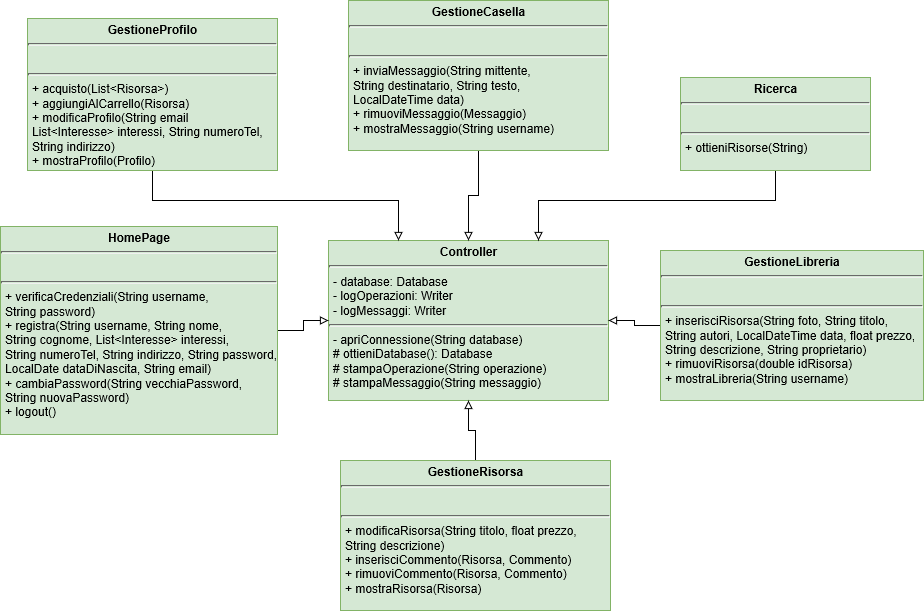
The draw.io diagram Reingegnerizzazione/dettaglioServer.png in SundavarBlaka/Alexandria, before a commit. Source tidied: cells renumbered, new cells last; positions are measured from the earlier drawing's top-left corner, leaving out a move shared by most shapes.
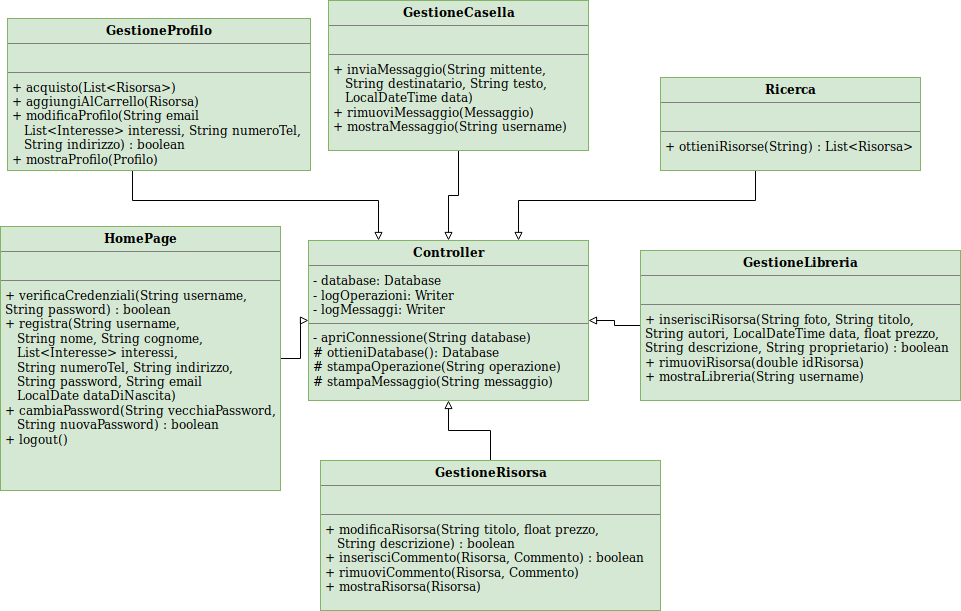
Later version of the same file.

Change to the diagram source:
```diff
@@ -13,14 +13,14 @@
         </Array>
       </mxGeometry>
     </mxCell>
-    <mxCell id="4" value="&lt;p style=&quot;margin: 0px ; margin-top: 4px ; text-align: center&quot;&gt;&lt;b&gt;Ricerca&lt;/b&gt;&lt;/p&gt;&lt;hr size=&quot;1&quot;&gt;&lt;p style=&quot;margin: 0px ; margin-left: 4px&quot;&gt;&lt;br&gt;&lt;/p&gt;&lt;hr size=&quot;1&quot;&gt;&lt;p style=&quot;margin: 0px ; margin-left: 4px&quot;&gt;+ ottieniRisorse(String)&lt;/p&gt;" style="verticalAlign=top;align=left;overflow=fill;fontSize=12;fontFamily=Helvetica;html=1;fillColor=#d5e8d4;strokeColor=#82b366;" parent="1" vertex="1">
-      <mxGeometry x="680" y="77" width="190" height="93" as="geometry" />
+    <mxCell id="4" value="&lt;p style=&quot;margin: 0px ; margin-top: 4px ; text-align: center&quot;&gt;&lt;b&gt;Ricerca&lt;/b&gt;&lt;/p&gt;&lt;hr size=&quot;1&quot;&gt;&lt;p style=&quot;margin: 0px ; margin-left: 4px&quot;&gt;&lt;br&gt;&lt;/p&gt;&lt;hr size=&quot;1&quot;&gt;&lt;p style=&quot;margin: 0px ; margin-left: 4px&quot;&gt;+ ottieniRisorse(String) : List&amp;lt;Risorsa&amp;gt;&lt;br&gt;&lt;/p&gt;" style="verticalAlign=top;align=left;overflow=fill;fontSize=12;fontFamily=Helvetica;html=1;fillColor=#d5e8d4;strokeColor=#82b366;" parent="1" vertex="1">
+      <mxGeometry x="680" y="77" width="260" height="93" as="geometry" />
     </mxCell>
     <mxCell id="5" style="edgeStyle=orthogonalEdgeStyle;rounded=0;jettySize=auto;html=1;endArrow=block;endFill=0;" parent="1" edge="1" source="6" target="2">
       <mxGeometry relative="1" as="geometry" />
     </mxCell>
-    <mxCell id="6" value="&lt;p style=&quot;margin: 0px ; margin-top: 4px ; text-align: center&quot;&gt;&lt;b&gt;HomePage&lt;/b&gt;&lt;/p&gt;&lt;hr size=&quot;1&quot;&gt;&lt;p style=&quot;margin: 0px ; margin-left: 4px&quot;&gt;&lt;br&gt;&lt;/p&gt;&lt;hr size=&quot;1&quot;&gt;&lt;p style=&quot;margin: 0px ; margin-left: 4px&quot;&gt;+ verificaCredenziali(String username,&lt;/p&gt;&lt;p style=&quot;margin: 0px ; margin-left: 4px&quot;&gt;String password)&lt;/p&gt;&lt;p style=&quot;margin: 0px ; margin-left: 4px&quot;&gt;&lt;span&gt;+ registra(String username, String nome,&amp;nbsp;&lt;/span&gt;&lt;/p&gt;&lt;p style=&quot;margin: 0px ; margin-left: 4px&quot;&gt;&lt;span&gt;String cognome, List&amp;lt;Interesse&amp;gt; interessi,&lt;/span&gt;&lt;/p&gt;&lt;p style=&quot;margin: 0px ; margin-left: 4px&quot;&gt;&lt;span&gt;String numeroTel, String indirizzo, String password,&lt;/span&gt;&lt;/p&gt;&lt;p style=&quot;margin: 0px ; margin-left: 4px&quot;&gt;&lt;span&gt;LocalDate dataDiNascita, String email)&lt;/span&gt;&lt;/p&gt;&lt;p style=&quot;margin: 0px ; margin-left: 4px&quot;&gt;+ cambiaPassword(String vecchiaPassword,&lt;/p&gt;&lt;p style=&quot;margin: 0px ; margin-left: 4px&quot;&gt;String nuovaPassword)&lt;/p&gt;&lt;p style=&quot;margin: 0px ; margin-left: 4px&quot;&gt;+ logout()&lt;/p&gt;" style="verticalAlign=top;align=left;overflow=fill;fontSize=12;fontFamily=Helvetica;html=1;fillColor=#d5e8d4;strokeColor=#82b366;" parent="1" vertex="1">
-      <mxGeometry y="226" width="277" height="208" as="geometry" />
+    <mxCell id="6" value="&lt;p style=&quot;margin: 0px ; margin-top: 4px ; text-align: center&quot;&gt;&lt;b&gt;HomePage&lt;/b&gt;&lt;/p&gt;&lt;hr size=&quot;1&quot;&gt;&lt;p style=&quot;margin: 0px ; margin-left: 4px&quot;&gt;&lt;br&gt;&lt;/p&gt;&lt;hr size=&quot;1&quot;&gt;&lt;p style=&quot;margin: 0px ; margin-left: 4px&quot;&gt;+ verificaCredenziali(String username,&lt;/p&gt;&lt;p style=&quot;margin: 0px ; margin-left: 4px&quot;&gt;String password) : boolean&lt;br&gt;&lt;/p&gt;&lt;p style=&quot;margin: 0px ; margin-left: 4px&quot;&gt;&lt;span&gt;+ registra(String username, &lt;br&gt;&lt;/span&gt;&lt;/p&gt;&lt;p style=&quot;margin: 0px ; margin-left: 4px&quot;&gt;&lt;span&gt;&amp;nbsp;&amp;nbsp; String nome, String cognome, &lt;br&gt;&lt;/span&gt;&lt;/p&gt;&lt;p style=&quot;margin: 0px ; margin-left: 4px&quot;&gt;&lt;span&gt;&amp;nbsp;&amp;nbsp; List&amp;lt;Interesse&amp;gt; interessi,&lt;/span&gt;&lt;/p&gt;&lt;p style=&quot;margin: 0px ; margin-left: 4px&quot;&gt;&lt;span&gt;&amp;nbsp;&amp;nbsp; String numeroTel, String indirizzo, &lt;br&gt;&lt;/span&gt;&lt;/p&gt;&lt;p style=&quot;margin: 0px ; margin-left: 4px&quot;&gt;&lt;span&gt;&amp;nbsp;&amp;nbsp; String password, String email&lt;br&gt;&lt;/span&gt;&lt;/p&gt;&lt;p style=&quot;margin: 0px ; margin-left: 4px&quot;&gt;&lt;span&gt;&amp;nbsp;&amp;nbsp; LocalDate dataDiNascita)&lt;/span&gt;&lt;/p&gt;&lt;p style=&quot;margin: 0px ; margin-left: 4px&quot;&gt;+ cambiaPassword(String vecchiaPassword,&lt;/p&gt;&lt;p style=&quot;margin: 0px ; margin-left: 4px&quot;&gt;&amp;nbsp;&amp;nbsp; String nuovaPassword) : boolean&lt;br&gt;&lt;/p&gt;&lt;p style=&quot;margin: 0px ; margin-left: 4px&quot;&gt;+ logout()&lt;/p&gt;" style="verticalAlign=top;align=left;overflow=fill;fontSize=12;fontFamily=Helvetica;html=1;fillColor=#d5e8d4;strokeColor=#82b366;" parent="1" vertex="1">
+      <mxGeometry x="20" y="226" width="280" height="264" as="geometry" />
     </mxCell>
     <mxCell id="7" style="edgeStyle=orthogonalEdgeStyle;rounded=0;jettySize=auto;html=1;entryX=0.25;entryY=0;entryDx=0;entryDy=0;endArrow=block;endFill=0;" parent="1" edge="1" source="8" target="2">
       <mxGeometry relative="1" as="geometry">
@@ -30,26 +30,26 @@
         </Array>
       </mxGeometry>
     </mxCell>
-    <mxCell id="8" value="&lt;p style=&quot;margin: 0px ; margin-top: 4px ; text-align: center&quot;&gt;&lt;b&gt;GestioneProfilo&lt;/b&gt;&lt;/p&gt;&lt;hr size=&quot;1&quot;&gt;&lt;p style=&quot;margin: 0px ; margin-left: 4px&quot;&gt;&lt;br&gt;&lt;/p&gt;&lt;hr size=&quot;1&quot;&gt;&lt;p style=&quot;margin: 0px ; margin-left: 4px&quot;&gt;+ acquisto(List&amp;lt;Risorsa&amp;gt;)&lt;/p&gt;&lt;p style=&quot;margin: 0px ; margin-left: 4px&quot;&gt;+ aggiungiAlCarrello(Risorsa)&lt;/p&gt;&lt;p style=&quot;margin: 0px ; margin-left: 4px&quot;&gt;+ modificaProfilo(String email&amp;nbsp;&lt;/p&gt;&lt;p style=&quot;margin: 0px ; margin-left: 4px&quot;&gt;List&amp;lt;Interesse&amp;gt; interessi, String numeroTel,&lt;/p&gt;&lt;p style=&quot;margin: 0px ; margin-left: 4px&quot;&gt;String indirizzo)&lt;/p&gt;&lt;p style=&quot;margin: 0px ; margin-left: 4px&quot;&gt;+ mostraProfilo(Profilo)&lt;/p&gt;" style="verticalAlign=top;align=left;overflow=fill;fontSize=12;fontFamily=Helvetica;html=1;fillColor=#d5e8d4;strokeColor=#82b366;" parent="1" vertex="1">
-      <mxGeometry x="27" y="18" width="250" height="152" as="geometry" />
+    <mxCell id="8" value="&lt;p style=&quot;margin: 0px ; margin-top: 4px ; text-align: center&quot;&gt;&lt;b&gt;GestioneProfilo&lt;/b&gt;&lt;/p&gt;&lt;hr size=&quot;1&quot;&gt;&lt;p style=&quot;margin: 0px ; margin-left: 4px&quot;&gt;&lt;br&gt;&lt;/p&gt;&lt;hr size=&quot;1&quot;&gt;&lt;p style=&quot;margin: 0px ; margin-left: 4px&quot;&gt;+ acquisto(List&amp;lt;Risorsa&amp;gt;)&lt;/p&gt;&lt;p style=&quot;margin: 0px ; margin-left: 4px&quot;&gt;+ aggiungiAlCarrello(Risorsa)&lt;/p&gt;&lt;p style=&quot;margin: 0px ; margin-left: 4px&quot;&gt;+ modificaProfilo(String email&amp;nbsp;&lt;/p&gt;&lt;p style=&quot;margin: 0px ; margin-left: 4px&quot;&gt;&amp;nbsp;&amp;nbsp; List&amp;lt;Interesse&amp;gt; interessi, String numeroTel,&lt;/p&gt;&lt;p style=&quot;margin: 0px ; margin-left: 4px&quot;&gt;&amp;nbsp;&amp;nbsp; String indirizzo) : boolean&lt;/p&gt;&lt;p style=&quot;margin: 0px ; margin-left: 4px&quot;&gt;+ mostraProfilo(Profilo)&lt;/p&gt;" style="verticalAlign=top;align=left;overflow=fill;fontSize=12;fontFamily=Helvetica;html=1;fillColor=#d5e8d4;strokeColor=#82b366;" parent="1" vertex="1">
+      <mxGeometry x="27" y="18" width="303" height="152" as="geometry" />
     </mxCell>
     <mxCell id="9" style="edgeStyle=orthogonalEdgeStyle;rounded=0;jettySize=auto;html=1;endArrow=block;endFill=0;" parent="1" edge="1" source="10" target="2">
       <mxGeometry relative="1" as="geometry" />
     </mxCell>
-    <mxCell id="10" value="&lt;p style=&quot;margin: 0px ; margin-top: 4px ; text-align: center&quot;&gt;&lt;b&gt;GestioneCasella&lt;/b&gt;&lt;/p&gt;&lt;hr size=&quot;1&quot;&gt;&lt;p style=&quot;margin: 0px ; margin-left: 4px&quot;&gt;&lt;br&gt;&lt;/p&gt;&lt;hr size=&quot;1&quot;&gt;&lt;p style=&quot;margin: 0px ; margin-left: 4px&quot;&gt;+ inviaMessaggio(String mittente,&amp;nbsp;&lt;/p&gt;&lt;p style=&quot;margin: 0px ; margin-left: 4px&quot;&gt;String destinatario, String testo,&lt;/p&gt;&lt;p style=&quot;margin: 0px ; margin-left: 4px&quot;&gt;LocalDateTime data)&lt;/p&gt;&lt;p style=&quot;margin: 0px ; margin-left: 4px&quot;&gt;+ rimuoviMessaggio(Messaggio)&lt;/p&gt;&lt;p style=&quot;margin: 0px ; margin-left: 4px&quot;&gt;+ mostraMessaggio(String username)&lt;/p&gt;" style="verticalAlign=top;align=left;overflow=fill;fontSize=12;fontFamily=Helvetica;html=1;fillColor=#d5e8d4;strokeColor=#82b366;" parent="1" vertex="1">
+    <mxCell id="10" value="&lt;p style=&quot;margin: 0px ; margin-top: 4px ; text-align: center&quot;&gt;&lt;b&gt;GestioneCasella&lt;/b&gt;&lt;/p&gt;&lt;hr size=&quot;1&quot;&gt;&lt;p style=&quot;margin: 0px ; margin-left: 4px&quot;&gt;&lt;br&gt;&lt;/p&gt;&lt;hr size=&quot;1&quot;&gt;&lt;p style=&quot;margin: 0px ; margin-left: 4px&quot;&gt;+ inviaMessaggio(String mittente,&amp;nbsp;&lt;/p&gt;&lt;p style=&quot;margin: 0px ; margin-left: 4px&quot;&gt;&amp;nbsp;&amp;nbsp; String destinatario, String testo,&lt;/p&gt;&lt;p style=&quot;margin: 0px ; margin-left: 4px&quot;&gt;&amp;nbsp;&amp;nbsp; LocalDateTime data)&lt;/p&gt;&lt;p style=&quot;margin: 0px ; margin-left: 4px&quot;&gt;+ rimuoviMessaggio(Messaggio)&lt;/p&gt;&lt;p style=&quot;margin: 0px ; margin-left: 4px&quot;&gt;+ mostraMessaggio(String username)&lt;/p&gt;" style="verticalAlign=top;align=left;overflow=fill;fontSize=12;fontFamily=Helvetica;html=1;fillColor=#d5e8d4;strokeColor=#82b366;" parent="1" vertex="1">
       <mxGeometry x="348" width="260" height="150" as="geometry" />
     </mxCell>
     <mxCell id="11" style="edgeStyle=orthogonalEdgeStyle;rounded=0;jettySize=auto;html=1;endArrow=block;endFill=0;" parent="1" edge="1" source="12" target="2">
       <mxGeometry relative="1" as="geometry" />
     </mxCell>
-    <mxCell id="12" value="&lt;p style=&quot;margin: 0px ; margin-top: 4px ; text-align: center&quot;&gt;&lt;b&gt;GestioneRisorsa&lt;/b&gt;&lt;/p&gt;&lt;hr size=&quot;1&quot;&gt;&lt;p style=&quot;margin: 0px ; margin-left: 4px&quot;&gt;&lt;br&gt;&lt;/p&gt;&lt;hr size=&quot;1&quot;&gt;&lt;p style=&quot;margin: 0px ; margin-left: 4px&quot;&gt;+ modificaRisorsa(String titolo, float prezzo,&lt;/p&gt;&lt;p style=&quot;margin: 0px ; margin-left: 4px&quot;&gt;String descrizione)&lt;/p&gt;&lt;p style=&quot;margin: 0px ; margin-left: 4px&quot;&gt;+ inserisciCommento(Risorsa, Commento)&lt;/p&gt;&lt;p style=&quot;margin: 0px ; margin-left: 4px&quot;&gt;+ rimuoviCommento(Risorsa, Commento)&lt;/p&gt;&lt;p style=&quot;margin: 0px ; margin-left: 4px&quot;&gt;+ mostraRisorsa(Risorsa)&lt;/p&gt;" style="verticalAlign=top;align=left;overflow=fill;fontSize=12;fontFamily=Helvetica;html=1;fillColor=#d5e8d4;strokeColor=#82b366;" parent="1" vertex="1">
-      <mxGeometry x="340" y="460" width="270" height="150" as="geometry" />
+    <mxCell id="12" value="&lt;p style=&quot;margin: 0px ; margin-top: 4px ; text-align: center&quot;&gt;&lt;b&gt;GestioneRisorsa&lt;/b&gt;&lt;/p&gt;&lt;hr size=&quot;1&quot;&gt;&lt;p style=&quot;margin: 0px ; margin-left: 4px&quot;&gt;&lt;br&gt;&lt;/p&gt;&lt;hr size=&quot;1&quot;&gt;&lt;p style=&quot;margin: 0px ; margin-left: 4px&quot;&gt;+ modificaRisorsa(String titolo, float prezzo,&lt;/p&gt;&lt;p style=&quot;margin: 0px ; margin-left: 4px&quot;&gt;&amp;nbsp;&amp;nbsp; String descrizione) : boolean&lt;br&gt;&lt;/p&gt;&lt;p style=&quot;margin: 0px ; margin-left: 4px&quot;&gt;+ inserisciCommento(Risorsa, Commento) : boolean&lt;br&gt;&lt;/p&gt;&lt;p style=&quot;margin: 0px ; margin-left: 4px&quot;&gt;+ rimuoviCommento(Risorsa, Commento)&lt;/p&gt;&lt;p style=&quot;margin: 0px ; margin-left: 4px&quot;&gt;+ mostraRisorsa(Risorsa)&lt;/p&gt;" style="verticalAlign=top;align=left;overflow=fill;fontSize=12;fontFamily=Helvetica;html=1;fillColor=#d5e8d4;strokeColor=#82b366;" parent="1" vertex="1">
+      <mxGeometry x="340" y="460" width="340" height="150" as="geometry" />
     </mxCell>
     <mxCell id="13" style="edgeStyle=orthogonalEdgeStyle;rounded=0;jettySize=auto;html=1;entryX=1;entryY=0.5;entryDx=0;entryDy=0;endArrow=block;endFill=0;" parent="1" edge="1" source="14" target="2">
       <mxGeometry relative="1" as="geometry" />
     </mxCell>
-    <mxCell id="14" value="&lt;p style=&quot;margin: 0px ; margin-top: 4px ; text-align: center&quot;&gt;&lt;b&gt;GestioneLibreria&lt;/b&gt;&lt;/p&gt;&lt;hr size=&quot;1&quot;&gt;&lt;p style=&quot;margin: 0px ; margin-left: 4px&quot;&gt;&lt;br&gt;&lt;/p&gt;&lt;hr size=&quot;1&quot;&gt;&lt;p style=&quot;margin: 0px ; margin-left: 4px&quot;&gt;+ inserisciRisorsa(String foto, String titolo,&lt;/p&gt;&lt;p style=&quot;margin: 0px ; margin-left: 4px&quot;&gt;String autori, LocalDateTime data, float prezzo,&lt;/p&gt;&lt;p style=&quot;margin: 0px ; margin-left: 4px&quot;&gt;String descrizione, String proprietario)&lt;/p&gt;&lt;p style=&quot;margin: 0px ; margin-left: 4px&quot;&gt;+ rimuoviRisorsa(double idRisorsa)&lt;/p&gt;&lt;p style=&quot;margin: 0px ; margin-left: 4px&quot;&gt;+ mostraLibreria(String username)&lt;/p&gt;" style="verticalAlign=top;align=left;overflow=fill;fontSize=12;fontFamily=Helvetica;html=1;fillColor=#d5e8d4;strokeColor=#82b366;" parent="1" vertex="1">
-      <mxGeometry x="660" y="250" width="263" height="150" as="geometry" />
+    <mxCell id="14" value="&lt;p style=&quot;margin: 0px ; margin-top: 4px ; text-align: center&quot;&gt;&lt;b&gt;GestioneLibreria&lt;/b&gt;&lt;/p&gt;&lt;hr size=&quot;1&quot;&gt;&lt;p style=&quot;margin: 0px ; margin-left: 4px&quot;&gt;&lt;br&gt;&lt;/p&gt;&lt;hr size=&quot;1&quot;&gt;&lt;p style=&quot;margin: 0px ; margin-left: 4px&quot;&gt;+ inserisciRisorsa(String foto, String titolo,&lt;/p&gt;&lt;p style=&quot;margin: 0px ; margin-left: 4px&quot;&gt;String autori, LocalDateTime data, float prezzo,&lt;/p&gt;&lt;p style=&quot;margin: 0px ; margin-left: 4px&quot;&gt;String descrizione, String proprietario) : boolean&lt;br&gt;&lt;/p&gt;&lt;p style=&quot;margin: 0px ; margin-left: 4px&quot;&gt;+ rimuoviRisorsa(double idRisorsa)&lt;/p&gt;&lt;p style=&quot;margin: 0px ; margin-left: 4px&quot;&gt;+ mostraLibreria(String username)&lt;/p&gt;" style="verticalAlign=top;align=left;overflow=fill;fontSize=12;fontFamily=Helvetica;html=1;fillColor=#d5e8d4;strokeColor=#82b366;" parent="1" vertex="1">
+      <mxGeometry x="660" y="250" width="320" height="150" as="geometry" />
     </mxCell>
   </root>
 </mxGraphModel>
```
